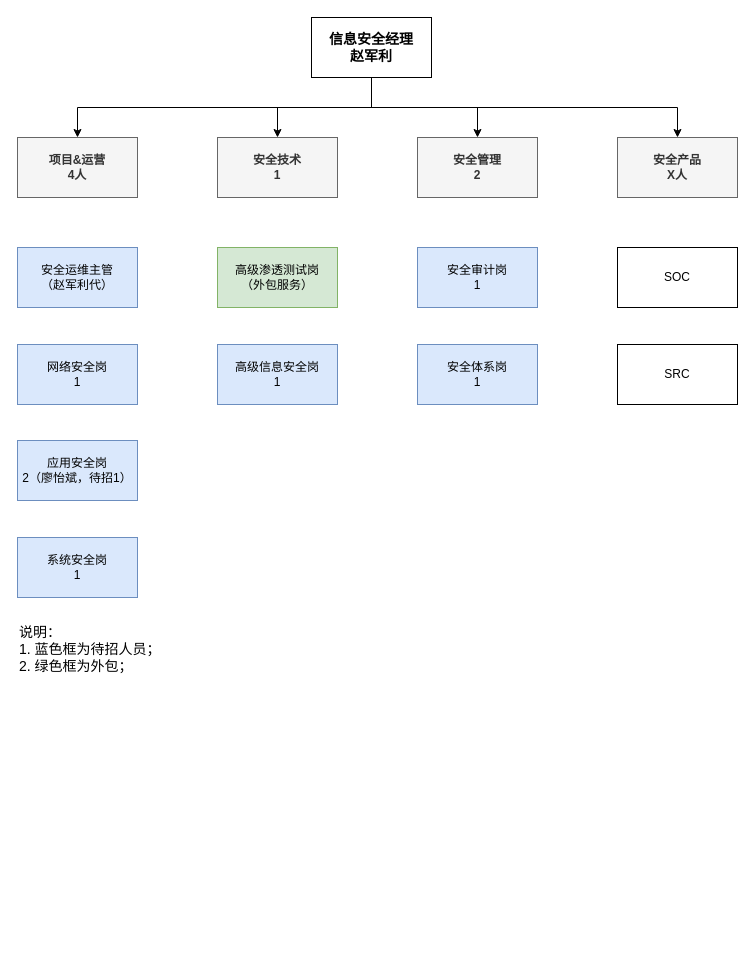
The draw.io diagram page "第 2 页" (2 of 3) of Untitled Diagram.drawio in zhaopoint/GitHack, before the edit. Source tidied: cells renumbered, new cells numbered last; positions are measured from the earlier drawing's top-left corner, leaving out a move shared by most shapes. Both pictures are drawn from the tidied source at 100%, with x=0, y=0 at pixel (17, 17).
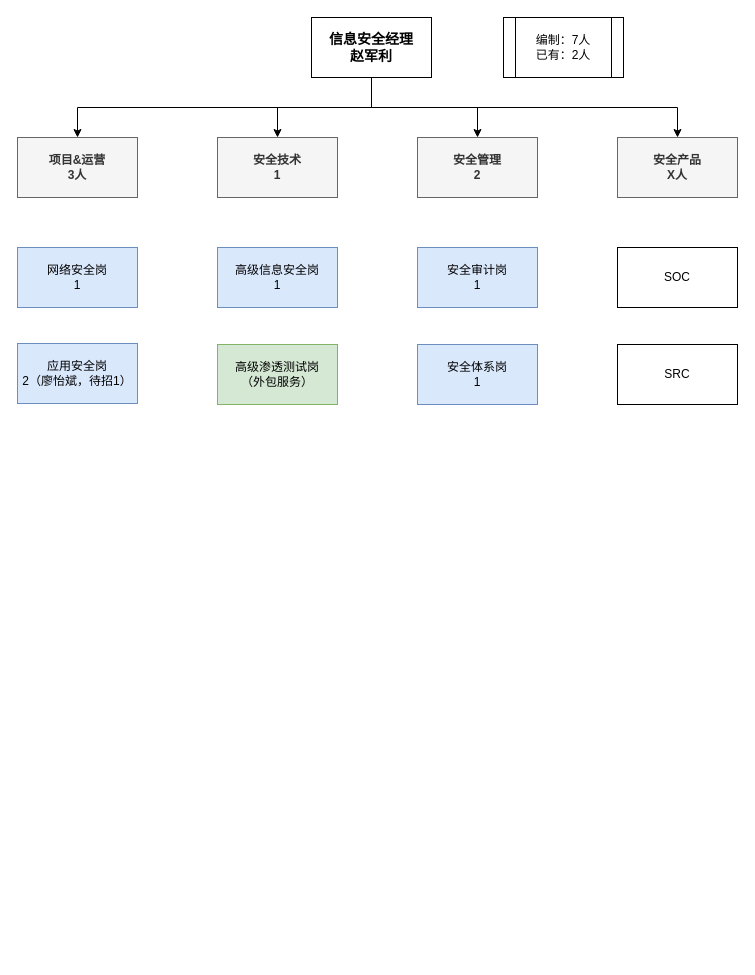
The same diagram, later.

Change to the diagram source:
```diff
@@
-    <mxCell id="2" value="系统安全岗&lt;br&gt;1" style="rounded=0;whiteSpace=wrap;html=1;fillColor=#dae8fc;strokeColor=#6c8ebf;" parent="1" vertex="1">
-      <mxGeometry y="520" width="120" height="60" as="geometry" />
-    </mxCell>
     <mxCell id="3" value="网络安全岗&lt;br&gt;1" style="rounded=0;whiteSpace=wrap;html=1;fillColor=#dae8fc;strokeColor=#6c8ebf;" parent="1" vertex="1">
-      <mxGeometry y="327" width="120" height="60" as="geometry" />
+      <mxGeometry y="230" width="120" height="60" as="geometry" />
     </mxCell>
     <mxCell id="4" value="高级渗透测试岗&lt;br&gt;（外包服务）" style="rounded=0;whiteSpace=wrap;html=1;fillColor=#d5e8d4;strokeColor=#82b366;" parent="1" vertex="1">
-      <mxGeometry x="200" y="230" width="120" height="60" as="geometry" />
+      <mxGeometry x="200" y="327" width="120" height="60" as="geometry" />
     </mxCell>
     <mxCell id="5" value="应用安全岗&lt;br&gt;2（廖怡斌，待招1）" style="rounded=0;whiteSpace=wrap;html=1;fillColor=#dae8fc;strokeColor=#6c8ebf;" parent="1" vertex="1">
-      <mxGeometry y="423" width="120" height="60" as="geometry" />
+      <mxGeometry y="326" width="120" height="60" as="geometry" />
     </mxCell>
@@
-    <mxCell id="17" value="项目&amp;amp;运营&lt;br&gt;4人" style="rounded=0;whiteSpace=wrap;html=1;fontStyle=1;labelBackgroundColor=none;fillColor=#f5f5f5;strokeColor=#666666;fontColor=#333333;" parent="1" vertex="1">
+    <mxCell id="17" value="项目&amp;amp;运营&lt;br&gt;3人" style="rounded=0;whiteSpace=wrap;html=1;fontStyle=1;labelBackgroundColor=none;fillColor=#f5f5f5;strokeColor=#666666;fontColor=#333333;" parent="1" vertex="1">
       <mxGeometry y="120" width="120" height="60" as="geometry" />
     </mxCell>
-    <mxCell id="18" value="安全运维主管&lt;br&gt;（赵军利代）" style="rounded=0;whiteSpace=wrap;html=1;fillColor=#dae8fc;strokeColor=#6c8ebf;" parent="1" vertex="1">
-      <mxGeometry y="230" width="120" height="60" as="geometry" />
-    </mxCell>
-    <mxCell id="19" value="说明：&lt;br&gt;1. 蓝色框为待招人员；&lt;br&gt;2. 绿色框为外包；" style="text;html=1;strokeColor=none;fillColor=none;align=left;verticalAlign=top;whiteSpace=wrap;rounded=0;labelBackgroundColor=none;fontSize=14;horizontal=1;" parent="1" vertex="1">
-      <mxGeometry y="600" width="720" height="340" as="geometry" />
-    </mxCell>
@@
     <mxCell id="21" value="高级信息安全岗&lt;br&gt;1" style="rounded=0;whiteSpace=wrap;html=1;fillColor=#dae8fc;strokeColor=#6c8ebf;" parent="1" vertex="1">
-      <mxGeometry x="200" y="327" width="120" height="60" as="geometry" />
+      <mxGeometry x="200" y="230" width="120" height="60" as="geometry" />
     </mxCell>
+    <mxCell id="22" value="编制：7人&lt;br&gt;已有：2人" style="shape=process;whiteSpace=wrap;html=1;backgroundOutline=1;" parent="1" vertex="1">
+      <mxGeometry x="486" width="120" height="60" as="geometry" />
+    </mxCell>
```
